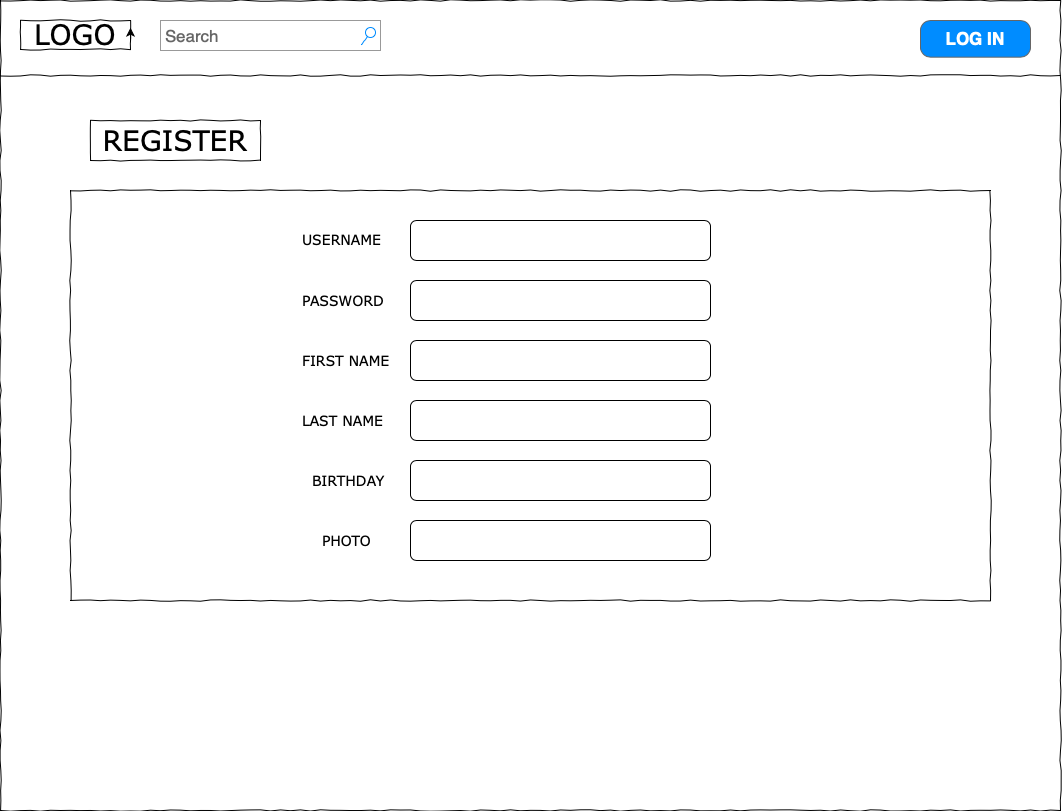
Above: wireframes/2_register.png in hannaohandrews/resource_wall (draw.io), before the change. Source tidied: cells renumbered, new cells last; positions are measured from the earlier drawing's top-left corner, leaving out a move shared by most shapes. Its diagram source:
```xml
<mxGraphModel>
  <root>
    <mxCell id="0" />
    <mxCell id="1" parent="0" />
    <mxCell id="2" style="whiteSpace=wrap;html=1;rounded=0;shadow=0;labelBackgroundColor=none;strokeColor=#000000;strokeWidth=1;fillColor=none;fontFamily=Verdana;fontSize=12;fontColor=#000000;align=center;comic=1;" parent="1" vertex="1">
      <mxGeometry width="1060" height="810" as="geometry" />
    </mxCell>
    <mxCell id="3" value="LOGO" style="whiteSpace=wrap;html=1;rounded=0;shadow=0;labelBackgroundColor=none;strokeWidth=1;fontFamily=Verdana;fontSize=28;align=center;comic=1;" parent="1" vertex="1">
      <mxGeometry x="20" y="20" width="110" height="28.9" as="geometry" />
    </mxCell>
    <mxCell id="4" value="Search" style="strokeWidth=1;shadow=0;dashed=0;align=center;html=1;shape=mxgraph.mockup.forms.searchBox;strokeColor=#999999;mainText=;strokeColor2=#008cff;fontColor=#666666;fontSize=17;align=left;spacingLeft=3;rounded=0;labelBackgroundColor=none;comic=1;" parent="1" vertex="1">
      <mxGeometry x="160" y="20" width="220" height="30" as="geometry" />
    </mxCell>
    <mxCell id="5" style="line;strokeWidth=1;html=1;rounded=0;shadow=0;labelBackgroundColor=none;fillColor=none;fontFamily=Verdana;fontSize=14;fontColor=#000000;align=center;comic=1;" parent="1" vertex="1">
      <mxGeometry y="70" width="1060" height="10" as="geometry" />
    </mxCell>
    <mxCell id="6" style="whiteSpace=wrap;html=1;rounded=0;shadow=0;labelBackgroundColor=none;strokeWidth=1;fillColor=none;fontFamily=Verdana;fontSize=12;align=center;comic=1;" parent="1" vertex="1">
      <mxGeometry x="70" y="190" width="920" height="410" as="geometry" />
    </mxCell>
    <mxCell id="7" value="LOG IN&lt;span style=&quot;color: rgba(0 , 0 , 0 , 0) ; font-family: monospace ; font-size: 0px ; font-weight: normal&quot;&gt;%3CmxGraphModel%3E%3Croot%3E%3CmxCell%20id%3D%220%22%2F%3E%3CmxCell%20id%3D%221%22%20parent%3D%220%22%2F%3E%3CmxCell%20id%3D%222%22%20value%3D%22HANNAH%20BANANA%22%20style%3D%22text%3Bhtml%3D1%3Bpoints%3D%5B%5D%3Balign%3Dleft%3BverticalAlign%3Dtop%3BspacingTop%3D-4%3BfontSize%3D14%3BfontFamily%3DVerdana%22%20vertex%3D%221%22%20parent%3D%221%22%3E%3CmxGeometry%20x%3D%22720%22%20y%3D%2245%22%20width%3D%22120%22%20height%3D%2220%22%20as%3D%22geometry%22%2F%3E%3C%2FmxCell%3E%3CmxCell%20id%3D%223%22%20value%3D%22%22%20style%3D%22verticalLabelPosition%3Dbottom%3Bshadow%3D0%3Bdashed%3D0%3Balign%3Dcenter%3Bhtml%3D1%3BverticalAlign%3Dtop%3BstrokeWidth%3D1%3Bshape%3Dmxgraph.mockup.containers.userFemale%3BstrokeColor%3D%23666666%3BstrokeColor2%3D%23008cff%3B%22%20vertex%3D%221%22%20parent%3D%221%22%3E%3CmxGeometry%20x%3D%22860%22%20y%3D%2232.290000000000006%22%20width%3D%2250%22%20height%3D%2250%22%20as%3D%22geometry%22%2F%3E%3C%2FmxCell%3E%3C%2Froot%3E%3C%2FmxGraphMode&lt;/span&gt;" style="strokeWidth=1;shadow=0;dashed=0;align=center;html=1;shape=mxgraph.mockup.buttons.button;strokeColor=#666666;fontColor=#ffffff;mainText=;buttonStyle=round;fontSize=17;fontStyle=1;fillColor=#008cff;whiteSpace=wrap;" parent="1" vertex="1">
      <mxGeometry x="920" y="20" width="110" height="36.7" as="geometry" />
    </mxCell>
    <mxCell id="8" style="edgeStyle=orthogonalEdgeStyle;rounded=0;orthogonalLoop=1;jettySize=auto;html=1;exitX=1;exitY=0.75;exitDx=0;exitDy=0;entryX=1;entryY=0.25;entryDx=0;entryDy=0;" parent="1" edge="1" source="3" target="3">
      <mxGeometry relative="1" as="geometry" />
    </mxCell>
    <mxCell id="9" style="edgeStyle=orthogonalEdgeStyle;rounded=0;orthogonalLoop=1;jettySize=auto;html=1;exitX=0.5;exitY=1;exitDx=0;exitDy=0;" parent="1" edge="1">
      <mxGeometry relative="1" as="geometry">
        <mxPoint x="620" y="420" as="sourcePoint" />
        <mxPoint x="620" y="420" as="targetPoint" />
      </mxGeometry>
    </mxCell>
    <mxCell id="10" value="REGISTER" style="whiteSpace=wrap;html=1;rounded=0;shadow=0;labelBackgroundColor=none;strokeWidth=1;fontFamily=Verdana;fontSize=28;align=center;comic=1;" parent="1" vertex="1">
      <mxGeometry x="90" y="120" width="170" height="40" as="geometry" />
    </mxCell>
    <mxCell id="11" style="group;" parent="1" vertex="1">
      <mxGeometry x="300" y="220" width="410" height="340" as="geometry" />
    </mxCell>
    <mxCell id="12" value="USERNAME" style="text;html=1;align=left;verticalAlign=top;spacingTop=-4;fontSize=14;fontFamily=Verdana;" parent="11" vertex="1">
      <mxGeometry y="8.9" width="170" height="20" as="geometry" />
    </mxCell>
    <mxCell id="13" value="FIRST NAME&lt;span style=&quot;color: rgba(0 , 0 , 0 , 0) ; font-family: monospace ; font-size: 0px&quot;&gt;%3CmxGraphModel%3E%3Croot%3E%3CmxCell%20id%3D%220%22%2F%3E%3CmxCell%20id%3D%221%22%20parent%3D%220%22%2F%3E%3CmxCell%20id%3D%222%22%20value%3D%22%22%20style%3D%22whiteSpace%3Dwrap%3Bhtml%3D1%3Brounded%3D0%3Bshadow%3D0%3BlabelBackgroundColor%3Dnone%3BstrokeColor%3D%23000000%3BstrokeWidth%3D1%3BfillColor%3Dnone%3BfontFamily%3DVerdana%3BfontSize%3D12%3BfontColor%3D%23000000%3Balign%3Dcenter%3Bcomic%3D1%3B%22%20vertex%3D%221%22%20parent%3D%221%22%3E%3CmxGeometry%20x%3D%2220%22%20y%3D%2220%22%20width%3D%221060%22%20height%3D%22810%22%20as%3D%22geometry%22%2F%3E%3C%2FmxCell%3E%3CmxCell%20id%3D%223%22%20value%3D%22LOGO%22%20style%3D%22whiteSpace%3Dwrap%3Bhtml%3D1%3Brounded%3D0%3Bshadow%3D0%3BlabelBackgroundColor%3Dnone%3BstrokeWidth%3D1%3BfontFamily%3DVerdana%3BfontSize%3D28%3Balign%3Dcenter%3Bcomic%3D1%3B%22%20vertex%3D%221%22%20parent%3D%221%22%3E%3CmxGeometry%20x%3D%2240%22%20y%3D%2240%22%20width%3D%22110%22%20height%3D%2228.95%22%20as%3D%22geometry%22%2F%3E%3C%2FmxCell%3E%3CmxCell%20id%3D%224%22%20value%3D%22Search%22%20style%3D%22strokeWidth%3D1%3Bshadow%3D0%3Bdashed%3D0%3Balign%3Dcenter%3Bhtml%3D1%3Bshape%3Dmxgraph.mockup.forms.searchBox%3BstrokeColor%3D%23999999%3BmainText%3D%3BstrokeColor2%3D%23008cff%3BfontColor%3D%23666666%3BfontSize%3D17%3Balign%3Dleft%3BspacingLeft%3D3%3Brounded%3D0%3BlabelBackgroundColor%3Dnone%3Bcomic%3D1%3B%22%20vertex%3D%221%22%20parent%3D%221%22%3E%3CmxGeometry%20x%3D%22180%22%20y%3D%2240%22%20width%3D%22220%22%20height%3D%2230%22%20as%3D%22geometry%22%2F%3E%3C%2FmxCell%3E%3CmxCell%20id%3D%225%22%20value%3D%22%22%20style%3D%22line%3BstrokeWidth%3D1%3Bhtml%3D1%3Brounded%3D0%3Bshadow%3D0%3BlabelBackgroundColor%3Dnone%3BfillColor%3Dnone%3BfontFamily%3DVerdana%3BfontSize%3D14%3BfontColor%3D%23000000%3Balign%3Dcenter%3Bcomic%3D1%3B%22%20vertex%3D%221%22%20parent%3D%221%22%3E%3CmxGeometry%20x%3D%2220%22%20y%3D%2290%22%20width%3D%221060%22%20height%3D%2210%22%20as%3D%22geometry%22%2F%3E%3C%2FmxCell%3E%3CmxCell%20id%3D%226%22%20value%3D%22%22%20style%3D%22whiteSpace%3Dwrap%3Bhtml%3D1%3Brounded%3D0%3Bshadow%3D0%3BlabelBackgroundColor%3Dnone%3BstrokeWidth%3D1%3BfillColor%3Dnone%3BfontFamily%3DVerdana%3BfontSize%3D12%3Balign%3Dcenter%3Bcomic%3D1%3B%22%20vertex%3D%221%22%20parent%3D%221%22%3E%3CmxGeometry%20x%3D%2260%22%20y%3D%22120%22%20width%3D%22120%22%20height%3D%22290%22%20as%3D%22geometry%22%2F%3E%3C%2FmxCell%3E%3CmxCell%20id%3D%227%22%20value%3D%22CATEGORIES%22%20style%3D%22text%3Bhtml%3D1%3Bpoints%3D%5B%5D%3Balign%3Dleft%3BverticalAlign%3Dtop%3BspacingTop%3D-4%3BfontSize%3D14%3BfontFamily%3DVerdana%22%20vertex%3D%221%22%20parent%3D%221%22%3E%3CmxGeometry%20x%3D%2270%22%20y%3D%22140%22%20width%3D%2260%22%20height%3D%2220%22%20as%3D%22geometry%22%2F%3E%3C%2FmxCell%3E%3CmxCell%20id%3D%228%22%20value%3D%22BLAH1%22%20style%3D%22text%3Bhtml%3D1%3Bpoints%3D%5B%5D%3Balign%3Dleft%3BverticalAlign%3Dtop%3BspacingTop%3D-4%3BfontSize%3D14%3BfontFamily%3DVerdana%22%20vertex%3D%221%22%20parent%3D%221%22%3E%3CmxGeometry%20x%3D%2290%22%20y%3D%22180%22%20width%3D%2260%22%20height%3D%2220%22%20as%3D%22geometry%22%2F%3E%3C%2FmxCell%3E%3CmxCell%20id%3D%229%22%20value%3D%22BLAH2%22%20style%3D%22text%3Bhtml%3D1%3Bpoints%3D%5B%5D%3Balign%3Dleft%3BverticalAlign%3Dtop%3BspacingTop%3D-4%3BfontSize%3D14%3BfontFamily%3DVerdana%22%20vertex%3D%221%22%20parent%3D%221%22%3E%3CmxGeometry%20x%3D%2290%22%20y%3D%22221.15%22%20width%3D%2260%22%20height%3D%2220%22%20as%3D%22geometry%22%2F%3E%3C%2FmxCell%3E%3CmxCell%20id%3D%2210%22%20value%3D%22BLAH3%22%20style%3D%22text%3Bhtml%3D1%3Bpoints%3D%5B%5D%3Balign%3Dleft%3BverticalAlign%3Dtop%3BspacingTop%3D-4%3BfontSize%3D14%3BfontFamily%3DVerdana%22%20vertex%3D%221%22%20parent%3D%221%22%3E%3CmxGeometry%20x%3D%2290%22%20y%3D%22260%22%20width%3D%2260%22%20height%3D%2220%22%20as%3D%22geometry%22%2F%3E%3C%2FmxCell%3E%3CmxCell%20id%3D%2211%22%20value%3D%22%22%20style%3D%22verticalLabelPosition%3Dbottom%3Bshadow%3D0%3Bdashed%3D0%3Balign%3Dcenter%3Bhtml%3D1%3BverticalAlign%3Dtop%3BstrokeWidth%3D1%3Bshape%3Dmxgraph.mockup.graphics.simpleIcon%3BstrokeColor%3D%23999999%3Brounded%3D0%3BlabelBackgroundColor%3Dnone%3BfontFamily%3DVerdana%3BfontSize%3D14%3BfontColor%3D%23000000%3Bcomic%3D1%3B%22%20vertex%3D%221%22%20parent%3D%221%22%3E%3CmxGeometry%20x%3D%22240%22%20y%3D%22120%22%20width%3D%22440%22%20height%3D%22400%22%20as%3D%22geometry%22%2F%3E%3C%2FmxCell%3E%3CmxCell%20id%3D%2212%22%20value%3D%22%22%20style%3D%22whiteSpace%3Dwrap%3Bhtml%3D1%3Brounded%3D0%3Bshadow%3D0%3BlabelBackgroundColor%3Dnone%3BstrokeWidth%3D1%3BfillColor%3Dnone%3BfontFamily%3DVerdana%3BfontSize%3D12%3Balign%3Dcenter%3Bcomic%3D1%3B%22%20vertex%3D%221%22%20parent%3D%221%22%3E%3CmxGeometry%20x%3D%22720%22%20y%3D%22120%22%20width%3D%22320%22%20height%3D%22400%22%20as%3D%22geometry%22%2F%3E%3C%2FmxCell%3E%3CmxCell%20id%3D%2213%22%20value%3D%22TITLE%22%20style%3D%22text%3Bhtml%3D1%3Bpoints%3D%5B%5D%3Balign%3Dleft%3BverticalAlign%3Dtop%3BspacingTop%3D-4%3BfontSize%3D14%3BfontFamily%3DVerdana%22%20vertex%3D%221%22%20parent%3D%221%22%3E%3CmxGeometry%20x%3D%22760%22%20y%3D%22140%22%20width%3D%22170%22%20height%3D%2220%22%20as%3D%22geometry%22%2F%3E%3C%2FmxCell%3E%3CmxCell%20id%3D%2214%22%20value%3D%22LOG%20IN%22%20style%3D%22strokeWidth%3D1%3Bshadow%3D0%3Bdashed%3D0%3Balign%3Dcenter%3Bhtml%3D1%3Bshape%3Dmxgraph.mockup.buttons.button%3BstrokeColor%3D%23666666%3BfontColor%3D%23ffffff%3BmainText%3D%3BbuttonStyle%3Dround%3BfontSize%3D17%3BfontStyle%3D1%3BfillColor%3D%23008cff%3BwhiteSpace%3Dwrap%3B%22%20vertex%3D%221%22%20parent%3D%221%22%3E%3CmxGeometry%20x%3D%22940%22%20y%3D%2240.00000000000001%22%20width%3D%22110%22%20height%3D%2236.67%22%20as%3D%22geometry%22%2F%3E%3C%2FmxCell%3E%3CmxCell%20id%3D%2215%22%20style%3D%22edgeStyle%3DorthogonalEdgeStyle%3Brounded%3D0%3BorthogonalLoop%3D1%3BjettySize%3Dauto%3Bhtml%3D1%3BexitX%3D1%3BexitY%3D0.75%3BexitDx%3D0%3BexitDy%3D0%3BentryX%3D1%3BentryY%3D0.25%3BentryDx%3D0%3BentryDy%3D0%3B%22%20edge%3D%221%22%20source%3D%223%22%20target%3D%223%22%20parent%3D%221%22%3E%3CmxGeometry%20relative%3D%221%22%20as%3D%22geometry%22%2F%3E%3C%2FmxCell%3E%3CmxCell%20id%3D%2216%22%20value%3D%22BLAH4%22%20style%3D%22text%3Bhtml%3D1%3Bpoints%3D%5B%5D%3Balign%3Dleft%3BverticalAlign%3Dtop%3BspacingTop%3D-4%3BfontSize%3D14%3BfontFamily%3DVerdana%22%20vertex%3D%221%22%20parent%3D%221%22%3E%3CmxGeometry%20x%3D%2290%22%20y%3D%22300%22%20width%3D%2260%22%20height%3D%2220%22%20as%3D%22geometry%22%2F%3E%3C%2FmxCell%3E%3CmxCell%20id%3D%2217%22%20value%3D%22BLAH4%22%20style%3D%22text%3Bhtml%3D1%3Bpoints%3D%5B%5D%3Balign%3Dleft%3BverticalAlign%3Dtop%3BspacingTop%3D-4%3BfontSize%3D14%3BfontFamily%3DVerdana%22%20vertex%3D%221%22%20parent%3D%221%22%3E%3CmxGeometry%20x%3D%2290%22%20y%3D%22340%22%20width%3D%2260%22%20height%3D%2220%22%20as%3D%22geometry%22%2F%3E%3C%2FmxCell%3E%3CmxCell%20id%3D%2218%22%20value%3D%22BLAH4%22%20style%3D%22text%3Bhtml%3D1%3Bpoints%3D%5B%5D%3Balign%3Dleft%3BverticalAlign%3Dtop%3BspacingTop%3D-4%3BfontSize%3D14%3BfontFamily%3DVerdana%22%20vertex%3D%221%22%20parent%3D%221%22%3E%3CmxGeometry%20x%3D%2290%22%20y%3D%22380%22%20width%3D%2260%22%20height%3D%2220%22%20as%3D%22geometry%22%2F%3E%3C%2FmxCell%3E%3CmxCell%20id%3D%2219%22%20value%3D%22DESCRIPTION%22%20style%3D%22text%3Bhtml%3D1%3Bpoints%3D%5B%5D%3Balign%3Dleft%3BverticalAlign%3Dtop%3BspacingTop%3D-4%3BfontSize%3D14%3BfontFamily%3DVerdana%22%20vertex%3D%221%22%20parent%3D%221%22%3E%3CmxGeometry%20x%3D%22770%22%20y%3D%22221.15%22%20width%3D%22170%22%20height%3D%2220%22%20as%3D%22geometry%22%2F%3E%3C%2FmxCell%3E%3CmxCell%20id%3D%2220%22%20value%3D%22%22%20style%3D%22verticalLabelPosition%3Dbottom%3BverticalAlign%3Dtop%3Bhtml%3D1%3Bshape%3Dmxgraph.basic.tick%22%20vertex%3D%221%22%20parent%3D%221%22%3E%3CmxGeometry%20x%3D%221000%22%20y%3D%22140%22%20width%3D%2225%22%20height%3D%2220%22%20as%3D%22geometry%22%2F%3E%3C%2FmxCell%3E%3CmxCell%20id%3D%2221%22%20value%3D%22user_id%22%20style%3D%22text%3Bhtml%3D1%3Bpoints%3D%5B%5D%3Balign%3Dleft%3BverticalAlign%3Dtop%3BspacingTop%3D-4%3BfontSize%3D14%3BfontFamily%3DVerdana%22%20vertex%3D%221%22%20parent%3D%221%22%3E%3CmxGeometry%20x%3D%22970%22%20y%3D%22490%22%20width%3D%2270%22%20height%3D%2220%22%20as%3D%22geometry%22%2F%3E%3C%2FmxCell%3E%3CmxCell%20id%3D%2222%22%20style%3D%22edgeStyle%3DorthogonalEdgeStyle%3Brounded%3D0%3BorthogonalLoop%3D1%3BjettySize%3Dauto%3Bhtml%3D1%3BexitX%3D0.5%3BexitY%3D1%3BexitDx%3D0%3BexitDy%3D0%3B%22%20edge%3D%221%22%20parent%3D%221%22%3E%3CmxGeometry%20relative%3D%221%22%20as%3D%22geometry%22%3E%3CmxPoint%20x%3D%22640%22%20y%3D%22440%22%20as%3D%22sourcePoint%22%2F%3E%3CmxPoint%20x%3D%22640%22%20y%3D%22440%22%20as%3D%22targetPoint%22%2F%3E%3C%2FmxGeometry%3E%3C%2FmxCell%3E%3CmxCell%20id%3D%2223%22%20value%3D%22RATING%22%20style%3D%22text%3Bhtml%3D1%3Bpoints%3D%5B%5D%3Balign%3Dleft%3BverticalAlign%3Dtop%3BspacingTop%3D-4%3BfontSize%3D14%3BfontFamily%3DVerdana%22%20vertex%3D%221%22%20parent%3D%221%22%3E%3CmxGeometry%20x%3D%22930%22%20y%3D%22140%22%20width%3D%2270%22%20height%3D%2220%22%20as%3D%22geometry%22%2F%3E%3C%2FmxCell%3E%3CmxCell%20id%3D%2224%22%20value%3D%22%22%20style%3D%22whiteSpace%3Dwrap%3Bhtml%3D1%3Brounded%3D0%3Bshadow%3D0%3BlabelBackgroundColor%3Dnone%3BstrokeWidth%3D1%3BfillColor%3Dnone%3BfontFamily%3DVerdana%3BfontSize%3D12%3Balign%3Dcenter%3Bcomic%3D1%3B%22%20vertex%3D%221%22%20parent%3D%221%22%3E%3CmxGeometry%20x%3D%22240%22%20y%3D%22560%22%20width%3D%22800%22%20height%3D%2280%22%20as%3D%22geometry%22%2F%3E%3C%2FmxCell%3E%3CmxCell%20id%3D%2225%22%20value%3D%22%22%20style%3D%22whiteSpace%3Dwrap%3Bhtml%3D1%3Brounded%3D0%3Bshadow%3D0%3BlabelBackgroundColor%3Dnone%3BstrokeWidth%3D1%3BfillColor%3Dnone%3BfontFamily%3DVerdana%3BfontSize%3D12%3Balign%3Dcenter%3Bcomic%3D1%3B%22%20vertex%3D%221%22%20parent%3D%221%22%3E%3CmxGeometry%20x%3D%22240%22%20y%3D%22680%22%20width%3D%22800%22%20height%3D%2280%22%20as%3D%22geometry%22%2F%3E%3C%2FmxCell%3E%3CmxCell%20id%3D%2226%22%20value%3D%22COMMENTS%22%20style%3D%22text%3Bhtml%3D1%3Bpoints%3D%5B%5D%3Balign%3Dleft%3BverticalAlign%3Dtop%3BspacingTop%3D-4%3BfontSize%3D14%3BfontFamily%3DVerdana%22%20vertex%3D%221%22%20parent%3D%221%22%3E%3CmxGeometry%20x%3D%22280%22%20y%3D%22610%22%20width%3D%22170%22%20height%3D%2220%22%20as%3D%22geometry%22%2F%3E%3C%2FmxCell%3E%3CmxCell%20id%3D%2227%22%20value%3D%22COMMENTS%22%20style%3D%22text%3Bhtml%3D1%3Bpoints%3D%5B%5D%3Balign%3Dleft%3BverticalAlign%3Dtop%3BspacingTop%3D-4%3BfontSize%3D14%3BfontFamily%3DVerdana%22%20vertex%3D%221%22%20parent%3D%221%22%3E%3CmxGeometry%20x%3D%22280%22%20y%3D%22730%22%20width%3D%22170%22%20height%3D%2220%22%20as%3D%22geometry%22%2F%3E%3C%2FmxCell%3E%3CmxCell%20id%3D%2228%22%20value%3D%22user_id%22%20style%3D%22text%3Bhtml%3D1%3Bpoints%3D%5B%5D%3Balign%3Dleft%3BverticalAlign%3Dtop%3BspacingTop%3D-4%3BfontSize%3D14%3BfontFamily%3DVerdana%22%20vertex%3D%221%22%20parent%3D%221%22%3E%3CmxGeometry%20x%3D%22280%22%20y%3D%22575%22%20width%3D%2270%22%20height%3D%2220%22%20as%3D%22geometry%22%2F%3E%3C%2FmxCell%3E%3CmxCell%20id%3D%2229%22%20value%3D%22user_id%22%20style%3D%22text%3Bhtml%3D1%3Bpoints%3D%5B%5D%3Balign%3Dleft%3BverticalAlign%3Dtop%3BspacingTop%3D-4%3BfontSize%3D14%3BfontFamily%3DVerdana%22%20vertex%3D%221%22%20parent%3D%221%22%3E%3CmxGeometry%20x%3D%22280%22%20y%3D%22690%22%20width%3D%2270%22%20height%3D%2220%22%20as%3D%22geometry%22%2F%3E%3C%2FmxCell%3E%3C%2Froot%3E%3C%2FmxGraphModel%3E&lt;/span&gt;" style="text;html=1;align=left;verticalAlign=top;spacingTop=-4;fontSize=14;fontFamily=Verdana;" parent="11" vertex="1">
      <mxGeometry y="130" width="170" height="20" as="geometry" />
    </mxCell>
    <mxCell id="14" value="LAST NAME" style="text;html=1;align=left;verticalAlign=top;spacingTop=-4;fontSize=14;fontFamily=Verdana;" parent="11" vertex="1">
      <mxGeometry y="190" width="170" height="20" as="geometry" />
    </mxCell>
    <mxCell id="15" value="BIRTHDAY" style="text;html=1;align=left;verticalAlign=top;spacingTop=-4;fontSize=14;fontFamily=Verdana;" parent="11" vertex="1">
      <mxGeometry x="10" y="250" width="170" height="20" as="geometry" />
    </mxCell>
    <mxCell id="16" value="PASSWORD" style="text;html=1;align=left;verticalAlign=top;spacingTop=-4;fontSize=14;fontFamily=Verdana;" parent="11" vertex="1">
      <mxGeometry y="70" width="170" height="20" as="geometry" />
    </mxCell>
    <mxCell id="17" style="rounded=1;whiteSpace=wrap;html=1;" parent="11" vertex="1">
      <mxGeometry x="110" width="300" height="40" as="geometry" />
    </mxCell>
    <mxCell id="18" style="rounded=1;whiteSpace=wrap;html=1;" parent="11" vertex="1">
      <mxGeometry x="110" y="60" width="300" height="40" as="geometry" />
    </mxCell>
    <mxCell id="19" style="rounded=1;whiteSpace=wrap;html=1;" parent="11" vertex="1">
      <mxGeometry x="110" y="120" width="300" height="40" as="geometry" />
    </mxCell>
    <mxCell id="20" style="rounded=1;whiteSpace=wrap;html=1;" parent="11" vertex="1">
      <mxGeometry x="110" y="180" width="300" height="40" as="geometry" />
    </mxCell>
    <mxCell id="21" style="rounded=1;whiteSpace=wrap;html=1;" parent="11" vertex="1">
      <mxGeometry x="110" y="240" width="300" height="40" as="geometry" />
    </mxCell>
    <mxCell id="22" value="PHOTO" style="text;html=1;align=left;verticalAlign=top;spacingTop=-4;fontSize=14;fontFamily=Verdana;" parent="11" vertex="1">
      <mxGeometry x="20" y="310" width="170" height="20" as="geometry" />
    </mxCell>
    <mxCell id="23" style="rounded=1;whiteSpace=wrap;html=1;" parent="11" vertex="1">
      <mxGeometry x="110" y="300" width="300" height="40" as="geometry" />
    </mxCell>
  </root>
</mxGraphModel>
```
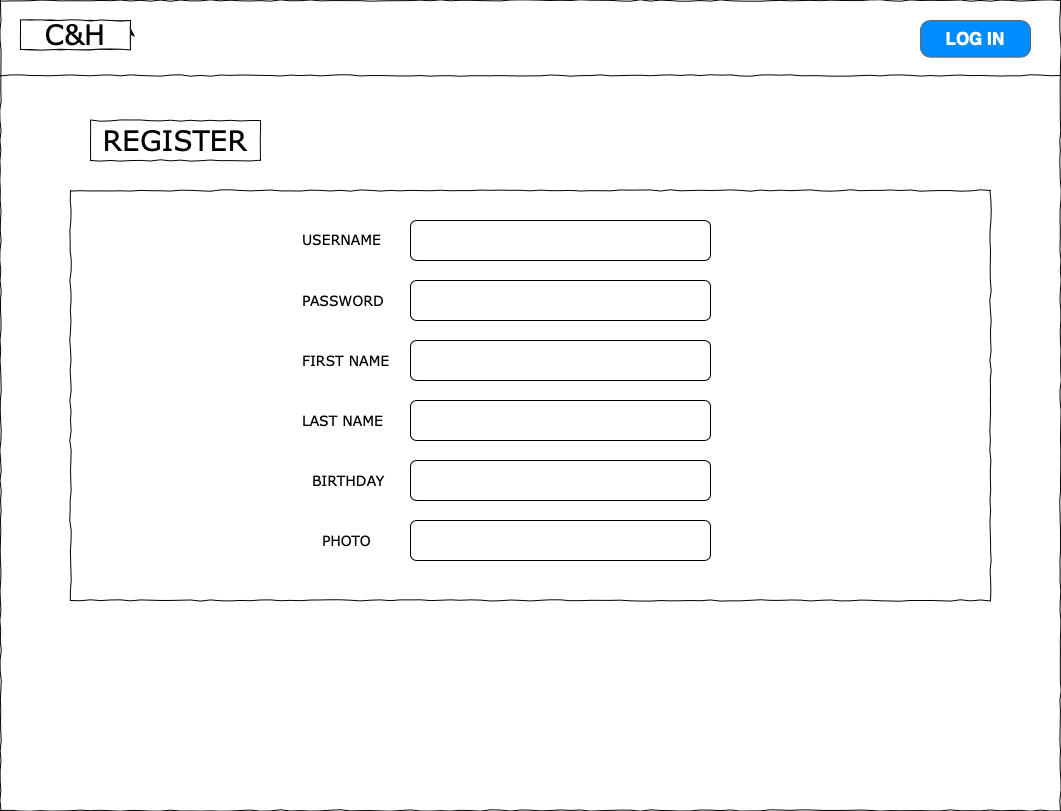
After the commit.

Change to the diagram source:
```diff
@@ -8,9 +8,6 @@
     <mxCell id="3" value="LOGO" style="whiteSpace=wrap;html=1;rounded=0;shadow=0;labelBackgroundColor=none;strokeWidth=1;fontFamily=Verdana;fontSize=28;align=center;comic=1;" parent="1" vertex="1">
       <mxGeometry x="20" y="20" width="110" height="28.9" as="geometry" />
     </mxCell>
-    <mxCell id="4" value="Search" style="strokeWidth=1;shadow=0;dashed=0;align=center;html=1;shape=mxgraph.mockup.forms.searchBox;strokeColor=#999999;mainText=;strokeColor2=#008cff;fontColor=#666666;fontSize=17;align=left;spacingLeft=3;rounded=0;labelBackgroundColor=none;comic=1;" parent="1" vertex="1">
-      <mxGeometry x="160" y="20" width="220" height="30" as="geometry" />
-    </mxCell>
     <mxCell id="5" style="line;strokeWidth=1;html=1;rounded=0;shadow=0;labelBackgroundColor=none;fillColor=none;fontFamily=Verdana;fontSize=14;fontColor=#000000;align=center;comic=1;" parent="1" vertex="1">
       <mxGeometry y="70" width="1060" height="10" as="geometry" />
     </mxCell>
@@ -71,5 +68,8 @@
     <mxCell id="23" style="rounded=1;whiteSpace=wrap;html=1;" parent="11" vertex="1">
       <mxGeometry x="110" y="300" width="300" height="40" as="geometry" />
     </mxCell>
+    <mxCell id="24" value="C&amp;amp;H" style="whiteSpace=wrap;html=1;rounded=0;shadow=0;labelBackgroundColor=none;strokeWidth=1;fontFamily=Verdana;fontSize=28;align=center;comic=1;" parent="1" vertex="1">
+      <mxGeometry x="20" y="20" width="110" height="28.9" as="geometry" />
+    </mxCell>
   </root>
 </mxGraphModel>
```
